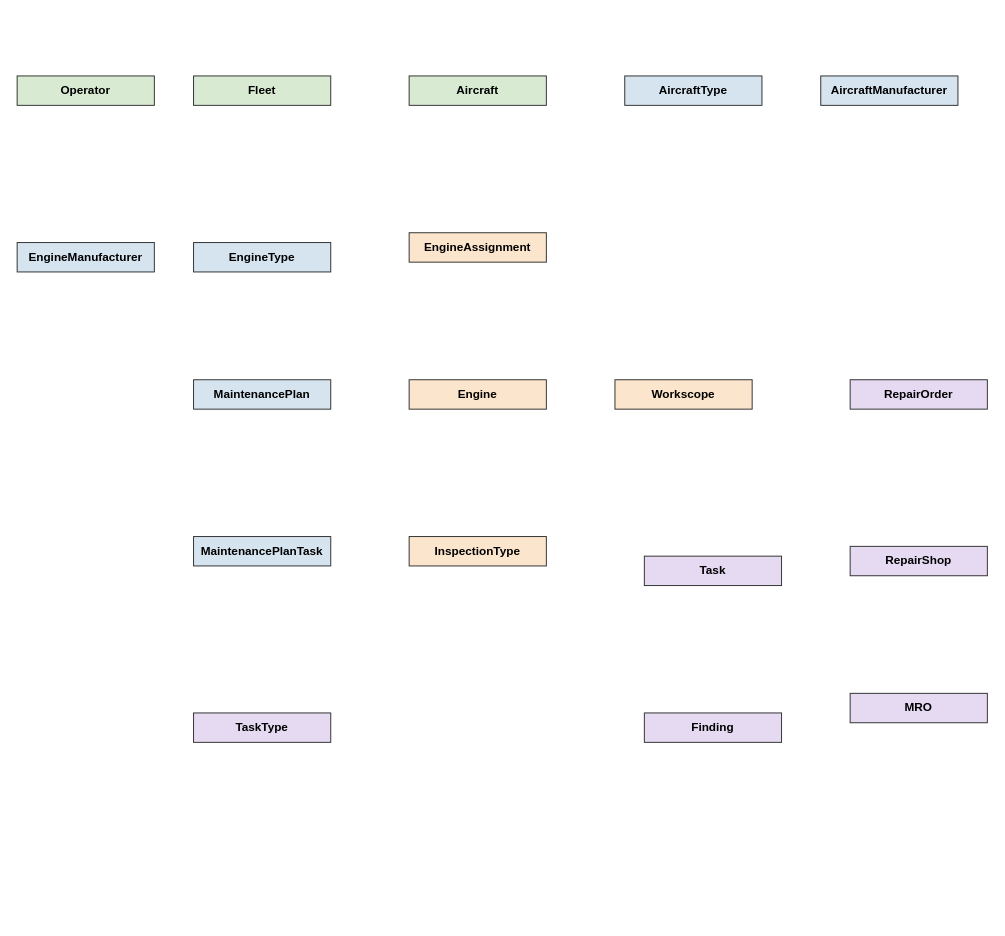
Before: app/docs/requirements/DataModel-layout.drawio in aide-examples/aide-rap, a draw.io diagram. Source tidied: cells renumbered, new cells numbered last; positions are measured from the earlier drawing's top-left corner, leaving out a move shared by most shapes. Both pictures are drawn from the tidied source at 98%, with x=0, y=0 at pixel (17, 75).
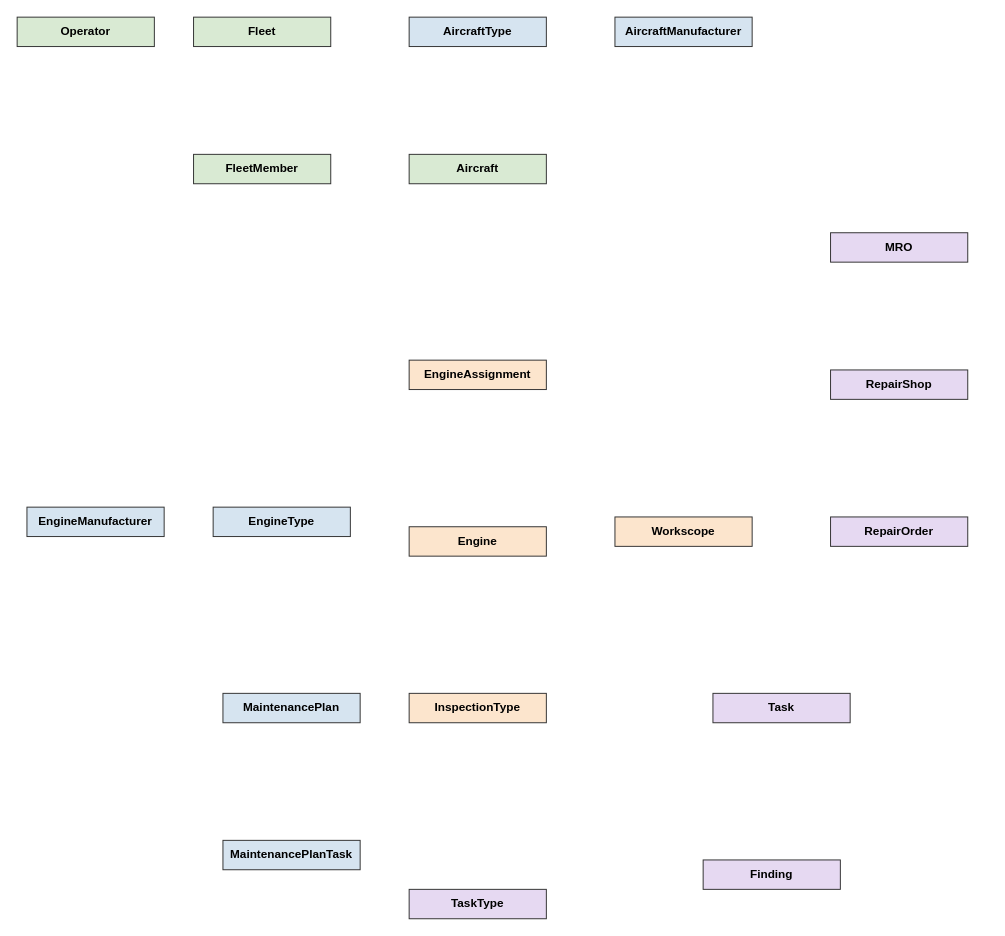
After the change.

What changed in the source:
```diff
@@
     <mxCell id="2" value="AircraftManufacturer" style="rounded=0;whiteSpace=wrap;html=1;fillColor=#D6E4F0;strokeColor=#333333;fontStyle=1;" parent="1" vertex="1">
-      <mxGeometry x="820" width="140" height="30" as="geometry" />
+      <mxGeometry x="610" y="-60" width="140" height="30" as="geometry" />
     </mxCell>
     <mxCell id="3" value="AircraftType" style="rounded=0;whiteSpace=wrap;html=1;fillColor=#D6E4F0;strokeColor=#333333;fontStyle=1;" parent="1" vertex="1">
-      <mxGeometry x="620" width="140" height="30" as="geometry" />
+      <mxGeometry x="400" y="-60" width="140" height="30" as="geometry" />
     </mxCell>
     <mxCell id="4" value="EngineManufacturer" style="rounded=0;whiteSpace=wrap;html=1;fillColor=#D6E4F0;strokeColor=#333333;fontStyle=1;" parent="1" vertex="1">
-      <mxGeometry y="170" width="140" height="30" as="geometry" />
+      <mxGeometry x="10" y="440" width="140" height="30" as="geometry" />
     </mxCell>
     <mxCell id="5" value="EngineType" style="rounded=0;whiteSpace=wrap;html=1;fillColor=#D6E4F0;strokeColor=#333333;fontStyle=1;" parent="1" vertex="1">
-      <mxGeometry x="180" y="170" width="140" height="30" as="geometry" />
+      <mxGeometry x="200" y="440" width="140" height="30" as="geometry" />
     </mxCell>
     <mxCell id="6" value="MaintenancePlan" style="rounded=0;whiteSpace=wrap;html=1;fillColor=#D6E4F0;strokeColor=#333333;fontStyle=1;" parent="1" vertex="1">
-      <mxGeometry x="180" y="310" width="140" height="30" as="geometry" />
+      <mxGeometry x="210" y="630" width="140" height="30" as="geometry" />
     </mxCell>
     <mxCell id="7" value="MaintenancePlanTask" style="rounded=0;whiteSpace=wrap;html=1;fillColor=#D6E4F0;strokeColor=#333333;fontStyle=1;" parent="1" vertex="1">
-      <mxGeometry x="180" y="470" width="140" height="30" as="geometry" />
+      <mxGeometry x="210" y="780" width="140" height="30" as="geometry" />
     </mxCell>
     <mxCell id="8" value="Operator" style="rounded=0;whiteSpace=wrap;html=1;fillColor=#D9EAD3;strokeColor=#333333;fontStyle=1;" parent="1" vertex="1">
-      <mxGeometry width="140" height="30" as="geometry" />
+      <mxGeometry y="-60" width="140" height="30" as="geometry" />
     </mxCell>
     <mxCell id="9" value="Fleet" style="rounded=0;whiteSpace=wrap;html=1;fillColor=#D9EAD3;strokeColor=#333333;fontStyle=1;" parent="1" vertex="1">
-      <mxGeometry x="180" width="140" height="30" as="geometry" />
+      <mxGeometry x="180" y="-60" width="140" height="30" as="geometry" />
     </mxCell>
     <mxCell id="10" value="Aircraft" style="rounded=0;whiteSpace=wrap;html=1;fillColor=#D9EAD3;strokeColor=#333333;fontStyle=1;" parent="1" vertex="1">
-      <mxGeometry x="400" width="140" height="30" as="geometry" />
+      <mxGeometry x="400" y="80" width="140" height="30" as="geometry" />
     </mxCell>
     <mxCell id="11" value="Engine" style="rounded=0;whiteSpace=wrap;html=1;fillColor=#FCE5CD;strokeColor=#333333;fontStyle=1;" parent="1" vertex="1">
-      <mxGeometry x="400" y="310" width="140" height="30" as="geometry" />
+      <mxGeometry x="400" y="460" width="140" height="30" as="geometry" />
     </mxCell>
     <mxCell id="12" value="EngineAssignment" style="rounded=0;whiteSpace=wrap;html=1;fillColor=#FCE5CD;strokeColor=#333333;fontStyle=1;" parent="1" vertex="1">
-      <mxGeometry x="400" y="160" width="140" height="30" as="geometry" />
+      <mxGeometry x="400" y="290" width="140" height="30" as="geometry" />
     </mxCell>
     <mxCell id="13" value="InspectionType" style="rounded=0;whiteSpace=wrap;html=1;fillColor=#FCE5CD;strokeColor=#333333;fontStyle=1;" parent="1" vertex="1">
-      <mxGeometry x="400" y="470" width="140" height="30" as="geometry" />
+      <mxGeometry x="400" y="630" width="140" height="30" as="geometry" />
     </mxCell>
     <mxCell id="14" value="Workscope" style="rounded=0;whiteSpace=wrap;html=1;fillColor=#FCE5CD;strokeColor=#333333;fontStyle=1;" parent="1" vertex="1">
-      <mxGeometry x="610" y="310" width="140" height="30" as="geometry" />
+      <mxGeometry x="610" y="450" width="140" height="30" as="geometry" />
     </mxCell>
     <mxCell id="15" value="MRO" style="rounded=0;whiteSpace=wrap;html=1;fillColor=#E6D9F2;strokeColor=#333333;fontStyle=1;" parent="1" vertex="1">
-      <mxGeometry x="850" y="630" width="140" height="30" as="geometry" />
+      <mxGeometry x="830" y="160" width="140" height="30" as="geometry" />
     </mxCell>
     <mxCell id="16" value="RepairShop" style="rounded=0;whiteSpace=wrap;html=1;fillColor=#E6D9F2;strokeColor=#333333;fontStyle=1;" parent="1" vertex="1">
-      <mxGeometry x="850" y="480" width="140" height="30" as="geometry" />
+      <mxGeometry x="830" y="300" width="140" height="30" as="geometry" />
     </mxCell>
     <mxCell id="17" value="RepairOrder" style="rounded=0;whiteSpace=wrap;html=1;fillColor=#E6D9F2;strokeColor=#333333;fontStyle=1;" parent="1" vertex="1">
-      <mxGeometry x="850" y="310" width="140" height="30" as="geometry" />
+      <mxGeometry x="830" y="450" width="140" height="30" as="geometry" />
     </mxCell>
     <mxCell id="18" value="Task" style="rounded=0;whiteSpace=wrap;html=1;fillColor=#E6D9F2;strokeColor=#333333;fontStyle=1;" parent="1" vertex="1">
-      <mxGeometry x="640" y="490" width="140" height="30" as="geometry" />
+      <mxGeometry x="710" y="630" width="140" height="30" as="geometry" />
     </mxCell>
     <mxCell id="19" value="TaskType" style="rounded=0;whiteSpace=wrap;html=1;fillColor=#E6D9F2;strokeColor=#333333;fontStyle=1;" parent="1" vertex="1">
-      <mxGeometry x="180" y="650" width="140" height="30" as="geometry" />
+      <mxGeometry x="400" y="830" width="140" height="30" as="geometry" />
     </mxCell>
     <mxCell id="20" value="Finding" style="rounded=0;whiteSpace=wrap;html=1;fillColor=#E6D9F2;strokeColor=#333333;fontStyle=1;" parent="1" vertex="1">
-      <mxGeometry x="640" y="650" width="140" height="30" as="geometry" />
+      <mxGeometry x="700" y="800" width="140" height="30" as="geometry" />
     </mxCell>
+    <mxCell id="21" value="FleetMember" style="rounded=0;whiteSpace=wrap;html=1;fillColor=#D9EAD3;strokeColor=#333333;fontStyle=1;" parent="1" vertex="1">
+      <mxGeometry x="180" y="80" width="140" height="30" as="geometry" />
+    </mxCell>
```
